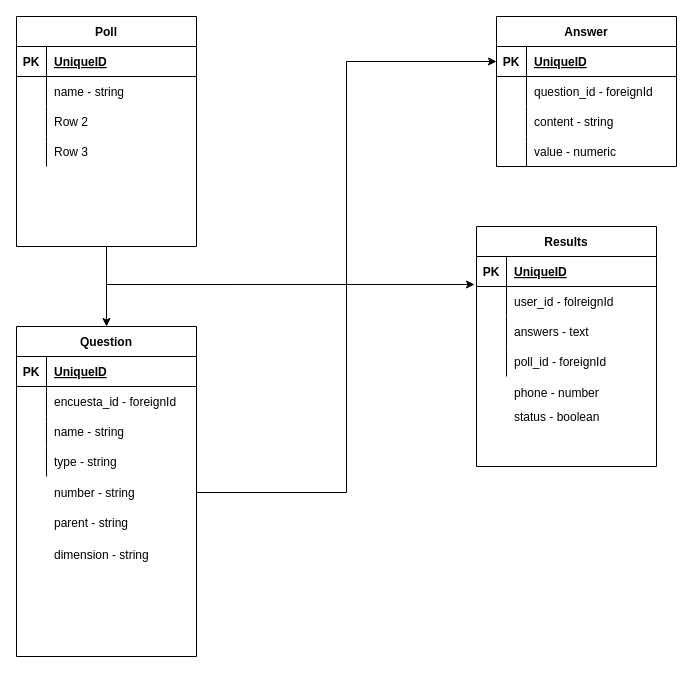
This is Diagrama sin título.drawio from rodr7go/aprendible-spa, a draw.io file, before an edit. Source tidied: cells renumbered, new cells numbered last; positions are measured from the earlier drawing's top-left corner, leaving out a move shared by most shapes. Both pictures are drawn from the tidied source at 100%, with x=0, y=0 at pixel (16, 16).
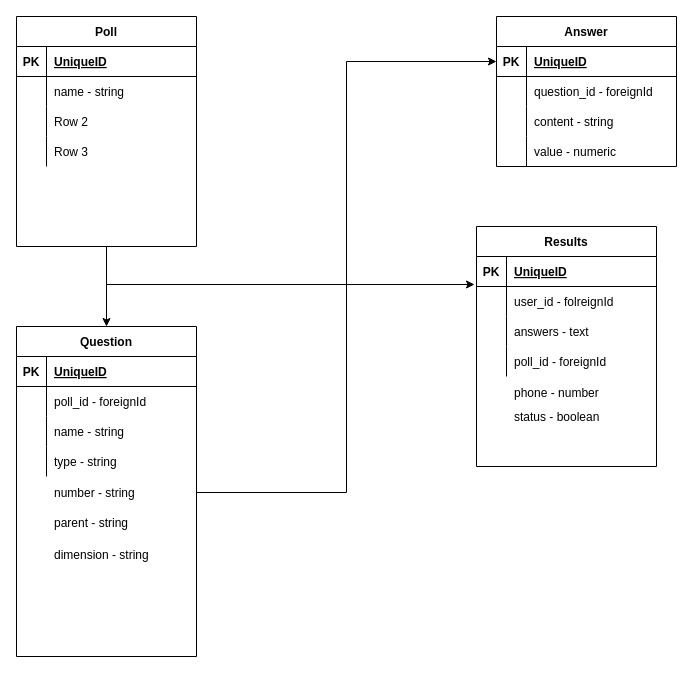
The same page after the edit.

The change refers to these unchanged cells:
```xml
<mxCell id="21" style="shape=tableRow;horizontal=0;startSize=0;swimlaneHead=0;swimlaneBody=0;fillColor=none;top=0;left=0;right=0;bottom=0;" parent="17" vertex="1">
  <mxGeometry y="60" width="180" height="30" as="geometry" />
</mxCell>
```

What changed in the source:
```diff
@@
-    <mxCell id="23" value="encuesta_id - foreignId" style="shape=partialRectangle;fillColor=none;top=0;left=0;bottom=0;right=0;align=left;spacingLeft=6;overflow=hidden;" parent="21" vertex="1">
+    <mxCell id="23" value="poll_id - foreignId" style="shape=partialRectangle;fillColor=none;top=0;left=0;bottom=0;right=0;align=left;spacingLeft=6;overflow=hidden;" parent="21" vertex="1">
       <mxGeometry x="30" width="150" height="30" as="geometry" />
     </mxCell>
```
